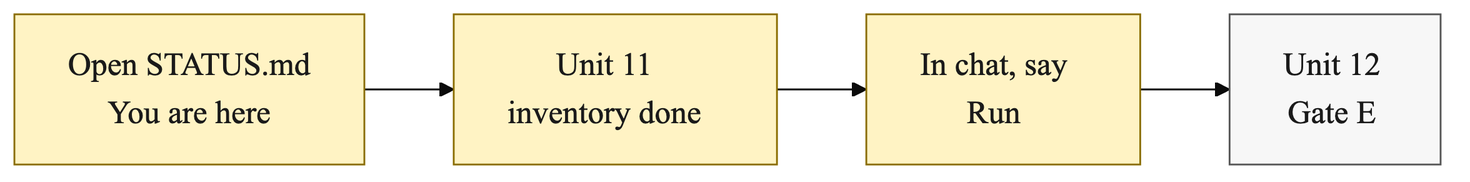
This is docs/diagrams/what-to-run.png from cauld/scendo, a Mermaid export, as it was before one commit. Its source is kept beside it as docs/diagrams/what-to-run.mmd.
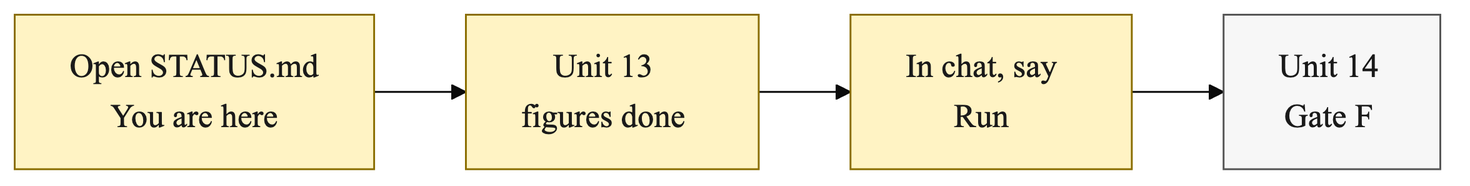
Later version of the same file.

What changed in the source:
```diff
@@ -1,8 +1,8 @@
 %%{init: {"theme": "base", "themeVariables": {"fontSize": "18px", "fontFamily": "Helvetica, Arial, sans-serif"}} }%%
 flowchart LR
-  A["Open STATUS.md<br/>You are here"] --> B["Unit 11<br/>inventory done"]
+  A["Open STATUS.md<br/>You are here"] --> B["Unit 13<br/>figures done"]
   B --> C["In chat, say<br/>Run"]
-  C --> D["Unit 12<br/>Gate E"]
+  C --> D["Unit 14<br/>Gate F"]
 
   classDef now fill:#FFF3C4,stroke:#8A6D00,color:#1A1A1A
   classDef step fill:#F7F7F7,stroke:#555555,color:#1A1A1A
```
